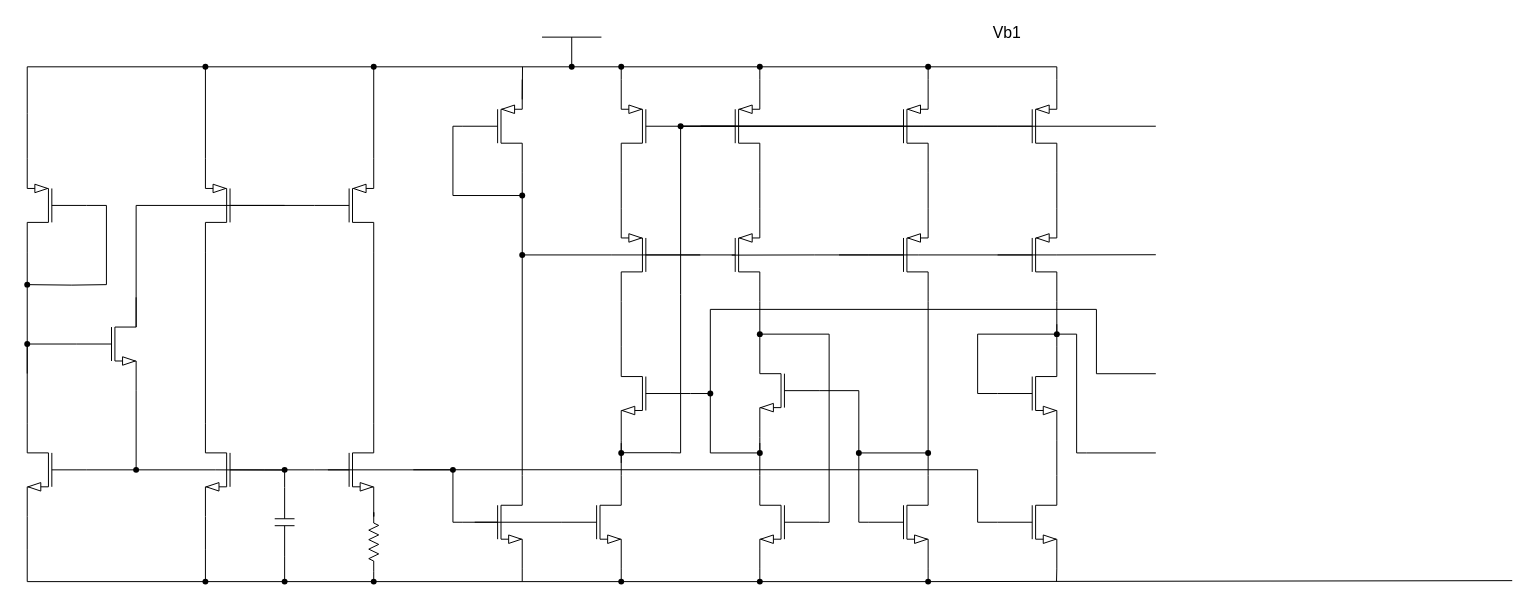
Before: biasing_miller.drawio in qaz741wsd856/drawi.io, a draw.io diagram. Source tidied: cells renumbered, new cells numbered last; positions are measured from the earlier drawing's top-left corner, leaving out a move shared by most shapes. Both pictures are drawn from the tidied source at 99%, with x=0, y=0 at pixel (17, 17).
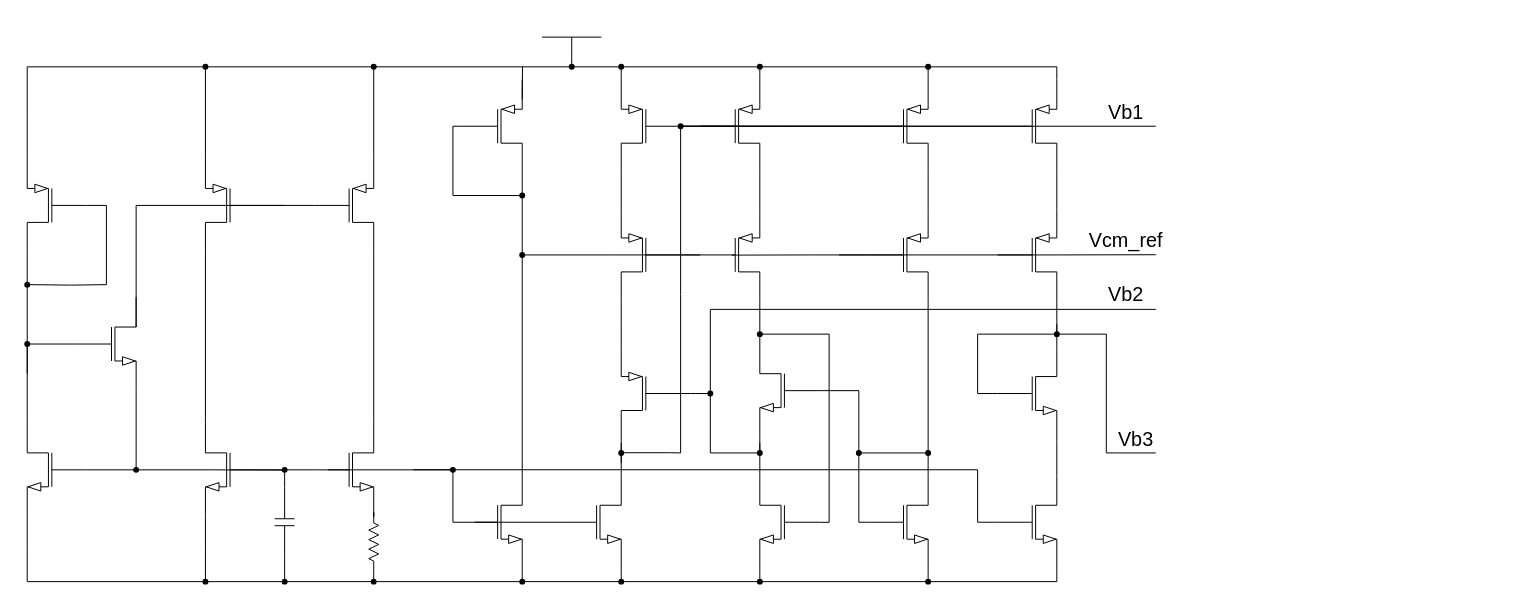
After the change.

The change refers to these unchanged cells:
```xml
<mxCell id="74" style="verticalLabelPosition=bottom;shadow=0;dashed=0;align=center;html=1;verticalAlign=top;shape=mxgraph.electrical.transistors.pmos;flipH=1;" parent="1" vertex="1">
  <mxGeometry x="610" y="190" width="60" height="100" as="geometry" />
</mxCell>
<mxCell id="124" style="shape=waypoint;sketch=0;fillStyle=solid;size=6;points=[];fillColor=none;perimeter=centerPerimeter;snapToPoint=1;fontFamily=Helvetica;fontSize=11;fontColor=default;labelBackgroundColor=default;" parent="1" vertex="1">
  <mxGeometry x="910" y="560" width="20" height="20" as="geometry" />
</mxCell>
<mxCell id="140" style="verticalLabelPosition=bottom;shadow=0;dashed=0;align=center;html=1;verticalAlign=top;shape=mxgraph.electrical.transistors.nmos;fontFamily=Helvetica;fontSize=11;fontColor=default;labelBackgroundColor=default;flipH=0;" parent="1" vertex="1">
  <mxGeometry x="990" y="460" width="60" height="100" as="geometry" />
</mxCell>
<mxCell id="148" style="shape=waypoint;sketch=0;fillStyle=solid;size=6;points=[];fillColor=none;perimeter=centerPerimeter;snapToPoint=1;fontFamily=Helvetica;fontSize=11;fontColor=default;labelBackgroundColor=default;" parent="1" vertex="1">
  <mxGeometry x="1040" y="310" width="20" height="20" as="geometry" />
</mxCell>
```

What changed in the source:
```diff
@@
     <mxCell id="7" style="endArrow=none;html=1;rounded=0;" parent="1" edge="1" source="124">
       <mxGeometry relative="1" as="geometry">
-        <mxPoint x="1510" y="569" as="targetPoint" />
+        <mxPoint x="1050" y="570" as="targetPoint" />
       </mxGeometry>
     </mxCell>
@@
-    <mxCell id="75" style="edgeStyle=orthogonalEdgeStyle;shape=connector;rounded=0;jettySize=auto;html=1;exitX=0;exitY=0.5;exitDx=0;exitDy=0;exitPerimeter=0;strokeColor=default;align=center;verticalAlign=middle;fontFamily=Helvetica;fontSize=11;fontColor=default;labelBackgroundColor=default;endArrow=none;endFill=0;" parent="1" edge="1" source="76">
+    <mxCell id="75" style="edgeStyle=orthogonalEdgeStyle;shape=connector;rounded=0;orthogonalLoop=1;jettySize=auto;html=1;exitX=0;exitY=0.5;exitDx=0;exitDy=0;exitPerimeter=0;strokeColor=default;align=center;verticalAlign=middle;fontFamily=Helvetica;fontSize=11;fontColor=default;labelBackgroundColor=default;endArrow=none;endFill=0;" parent="1" edge="1">
       <mxGeometry relative="1" as="geometry">
+        <mxPoint x="670" y="380" as="sourcePoint" />
         <mxPoint x="680" y="379.8" as="targetPoint" />
       </mxGeometry>
     </mxCell>
-    <mxCell id="76" style="verticalLabelPosition=bottom;shadow=0;dashed=0;align=center;html=1;verticalAlign=top;shape=mxgraph.electrical.transistors.nmos;fontFamily=Helvetica;fontSize=11;fontColor=default;labelBackgroundColor=default;flipH=1;" parent="1" vertex="1">
-      <mxGeometry x="610" y="330" width="60" height="100" as="geometry" />
-    </mxCell>
@@
-    <mxCell id="80" style="edgeStyle=orthogonalEdgeStyle;shape=connector;rounded=0;jettySize=auto;html=1;exitX=1;exitY=1;exitDx=0;exitDy=0;exitPerimeter=0;entryX=1;entryY=0;entryDx=0;entryDy=0;entryPerimeter=0;strokeColor=default;align=center;verticalAlign=middle;fontFamily=Helvetica;fontSize=11;fontColor=default;labelBackgroundColor=default;endArrow=none;endFill=0;" parent="1" edge="1" source="74" target="76">
-      <mxGeometry relative="1" as="geometry" />
+    <mxCell id="80" style="edgeStyle=orthogonalEdgeStyle;shape=connector;rounded=0;jettySize=auto;html=1;exitX=1;exitY=1;exitDx=0;exitDy=0;exitPerimeter=0;entryX=1;entryY=0;entryDx=0;entryDy=0;entryPerimeter=0;strokeColor=default;align=center;verticalAlign=middle;fontFamily=Helvetica;fontSize=11;fontColor=default;labelBackgroundColor=default;endArrow=none;endFill=0;" parent="1" edge="1" source="74">
+      <mxGeometry relative="1" as="geometry">
+        <mxPoint x="610" y="332.9" as="targetPoint" />
+      </mxGeometry>
     </mxCell>
@@
     <mxCell id="98" style="endArrow=none;html=1;rounded=0;strokeColor=default;align=center;verticalAlign=middle;fontFamily=Helvetica;fontSize=11;fontColor=default;labelBackgroundColor=default;edgeStyle=orthogonalEdgeStyle;" parent="1" edge="1">
       <mxGeometry relative="1" as="geometry">
         <mxPoint x="680" y="380" as="sourcePoint" />
-        <mxPoint x="1150" y="360" as="targetPoint" />
+        <mxPoint x="1150" y="295" as="targetPoint" />
         <Array as="points">
           <mxPoint x="700" y="380" />
           <mxPoint x="700" y="295" />
-          <mxPoint x="1090" y="295" />
-          <mxPoint x="1090" y="360" />
+          <mxPoint x="1150" y="295" />
         </Array>
       </mxGeometry>
     </mxCell>
-    <mxCell id="99" style="edgeStyle=orthogonalEdgeStyle;shape=connector;rounded=0;jettySize=auto;html=1;exitX=1;exitY=1;exitDx=0;exitDy=0;exitPerimeter=0;entryDx=0;entryDy=0;entryPerimeter=0;strokeColor=default;align=center;verticalAlign=middle;fontFamily=Helvetica;fontSize=11;fontColor=default;labelBackgroundColor=default;endArrow=none;endFill=0;" parent="1" edge="1" source="76">
+    <mxCell id="99" style="edgeStyle=orthogonalEdgeStyle;shape=connector;rounded=0;orthogonalLoop=1;jettySize=auto;html=1;exitX=1;exitY=1;exitDx=0;exitDy=0;exitPerimeter=0;entryDx=0;entryDy=0;entryPerimeter=0;strokeColor=default;align=center;verticalAlign=middle;fontFamily=Helvetica;fontSize=11;fontColor=default;labelBackgroundColor=default;endArrow=none;endFill=0;" parent="1" edge="1">
       <mxGeometry relative="1" as="geometry">
+        <mxPoint x="610" y="427.1" as="sourcePoint" />
         <mxPoint x="610" y="450.1" as="targetPoint" />
       </mxGeometry>
     </mxCell>
@@
     <mxCell id="139" style="edgeStyle=orthogonalEdgeStyle;shape=connector;rounded=0;jettySize=auto;html=1;exitX=1;exitY=1;exitDx=0;exitDy=0;exitPerimeter=0;strokeColor=default;align=center;verticalAlign=middle;fontFamily=Helvetica;fontSize=11;fontColor=default;labelBackgroundColor=default;endArrow=none;endFill=0;" parent="1" edge="1" source="140">
       <mxGeometry relative="1" as="geometry">
-        <mxPoint x="1049.7" y="570" as="targetPoint" />
+        <mxPoint x="1050" y="570" as="targetPoint" />
       </mxGeometry>
     </mxCell>
@@
     <mxCell id="147" style="edgeStyle=orthogonalEdgeStyle;shape=connector;rounded=0;jettySize=auto;html=1;strokeColor=default;align=center;verticalAlign=middle;fontFamily=Helvetica;fontSize=11;fontColor=default;labelBackgroundColor=default;endArrow=none;endFill=0;" parent="1" edge="1" source="148">
       <mxGeometry relative="1" as="geometry">
-        <mxPoint x="1080" y="440" as="targetPoint" />
+        <mxPoint x="1100" y="440" as="targetPoint" />
         <Array as="points">
-          <mxPoint x="1070" y="320" />
-          <mxPoint x="1070" y="440" />
-          <mxPoint x="1080" y="440" />
+          <mxPoint x="1100" y="320" />
+          <mxPoint x="1100" y="440" />
         </Array>
       </mxGeometry>
     </mxCell>
@@
     <mxCell id="150" style="endArrow=none;html=1;rounded=0;strokeColor=default;align=center;verticalAlign=middle;fontFamily=Helvetica;fontSize=11;fontColor=default;labelBackgroundColor=default;edgeStyle=orthogonalEdgeStyle;" parent="1" edge="1">
       <mxGeometry relative="1" as="geometry">
-        <mxPoint x="1080" y="440" as="sourcePoint" />
+        <mxPoint x="1100" y="440" as="sourcePoint" />
         <mxPoint x="1150" y="440" as="targetPoint" />
         <Array as="points">
-          <mxPoint x="1080" y="440" />
-          <mxPoint x="1150" y="440" />
+          <mxPoint x="1110" y="440" />
+          <mxPoint x="1110" y="440" />
         </Array>
       </mxGeometry>
     </mxCell>
-    <mxCell id="151" value="Vb1" style="text;html=1;align=center;verticalAlign=middle;whiteSpace=wrap;rounded=0;fontFamily=Helvetica;fontSize=16;fontColor=default;labelBackgroundColor=default;" parent="1" vertex="1">
-      <mxGeometry x="970" width="60" height="30" as="geometry" />
+    <mxCell id="151" value="Vb1" style="text;html=1;align=center;verticalAlign=middle;whiteSpace=wrap;rounded=0;fontFamily=Helvetica;fontSize=20;fontColor=default;labelBackgroundColor=none;fillColor=none;" parent="1" vertex="1">
+      <mxGeometry x="1090" y="80" width="60" height="30" as="geometry" />
     </mxCell>
+    <mxCell id="152" style="verticalLabelPosition=bottom;shadow=0;dashed=0;align=center;html=1;verticalAlign=top;shape=mxgraph.electrical.transistors.pmos;flipH=1;" parent="1" vertex="1">
+      <mxGeometry x="610" y="330" width="60" height="100" as="geometry" />
+    </mxCell>
+    <mxCell id="153" value="Vcm_ref" style="text;html=1;align=center;verticalAlign=middle;whiteSpace=wrap;rounded=0;fontFamily=Helvetica;fontSize=20;fontColor=default;labelBackgroundColor=none;" parent="1" vertex="1">
+      <mxGeometry x="1070" y="209" width="100" height="30" as="geometry" />
+    </mxCell>
+    <mxCell id="154" value="Vb2" style="text;html=1;align=center;verticalAlign=middle;whiteSpace=wrap;rounded=0;fontFamily=Helvetica;fontSize=20;fontColor=default;labelBackgroundColor=none;" parent="1" vertex="1">
+      <mxGeometry x="1090" y="264" width="60" height="30" as="geometry" />
+    </mxCell>
+    <mxCell id="155" value="Vb3" style="text;html=1;align=center;verticalAlign=middle;whiteSpace=wrap;rounded=0;fontFamily=Helvetica;fontSize=20;fontColor=default;labelBackgroundColor=none;" parent="1" vertex="1">
+      <mxGeometry x="1100" y="410" width="60" height="30" as="geometry" />
+    </mxCell>
+    <mxCell id="156" style="shape=waypoint;sketch=0;fillStyle=solid;size=6;fillColor=none;perimeter=centerPerimeter;fontFamily=Helvetica;fontSize=11;fontColor=default;labelBackgroundColor=default;" parent="1" vertex="1">
+      <mxGeometry x="500" y="560" width="20" height="20" as="geometry" />
+    </mxCell>
```
